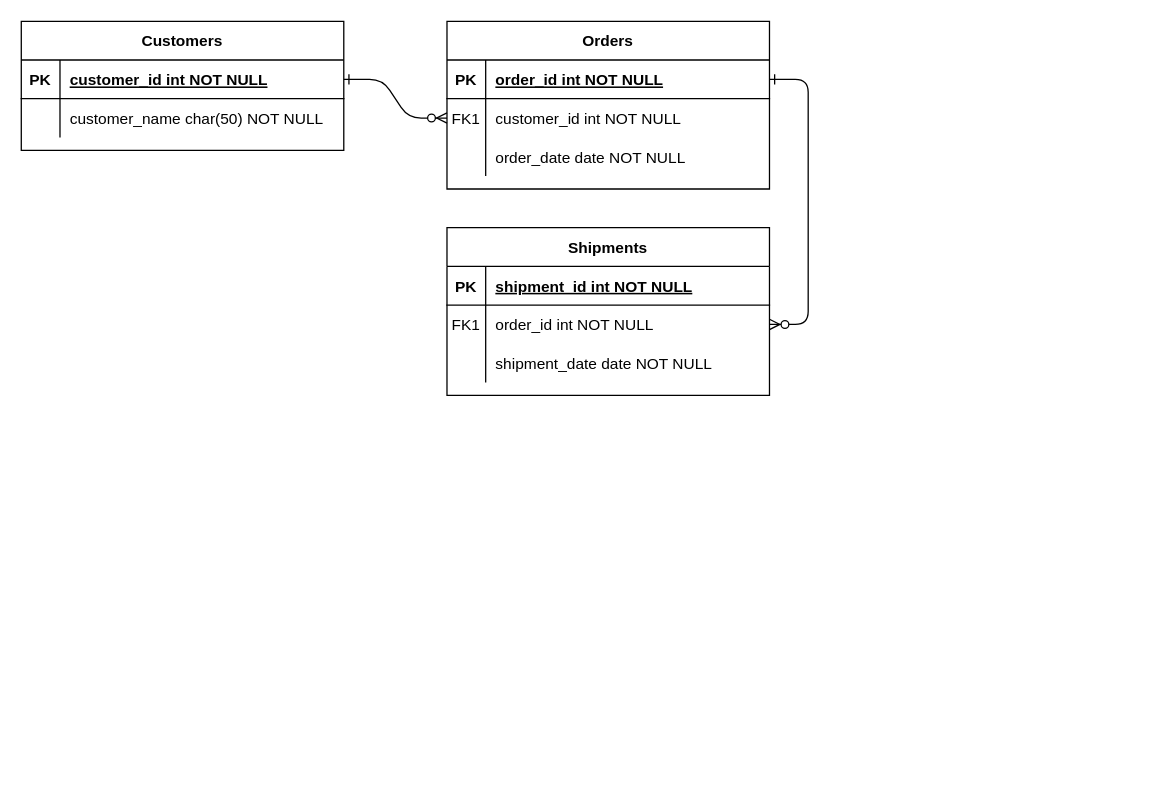
The draw.io diagram 网关结构ER.drawio in liangdengming/diagrams, before the edit. Source tidied: cells renumbered, new cells numbered last; positions are measured from the earlier drawing's top-left corner, leaving out a move shared by most shapes. Both pictures are drawn from the tidied source at 129%, with x=0, y=0 at pixel (21, 21).
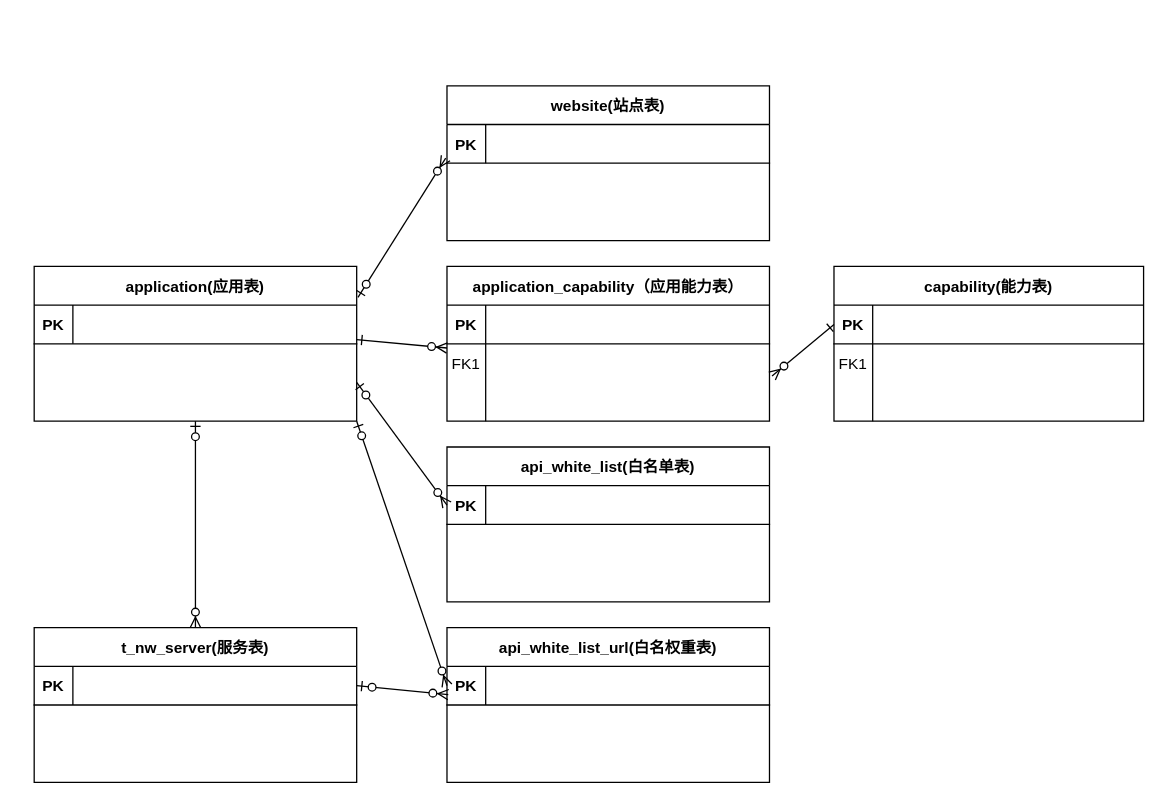
The same page after the edit.

Commit message:
更新网关结构ER.drawio

The change refers to these unchanged cells:
```xml
<mxCell id="5" style="shape=partialRectangle;fillColor=none;points=[[0,0.5],[1,0.5]];portConstraint=eastwest;top=0;left=0;right=0;bottom=1;" parent="4" vertex="1">
  <mxGeometry y="30" width="250" height="30" as="geometry" />
</mxCell>
<mxCell id="8" style="shape=partialRectangle;fillColor=none;points=[[0,0.5],[1,0.5]];portConstraint=eastwest;top=0;left=0;right=0;bottom=0;" parent="4" vertex="1">
  <mxGeometry y="60" width="250" height="30" as="geometry" />
</mxCell>
<mxCell id="11" style="shape=partialRectangle;fillColor=none;top=0;left=0;right=0;bottom=0;" parent="4" vertex="1">
  <mxGeometry y="90" width="250" height="30" as="geometry" />
</mxCell>
<mxCell id="25" style="shape=partialRectangle;fillColor=none;points=[[0,0.5],[1,0.5]];portConstraint=eastwest;top=0;left=0;right=0;bottom=1;" parent="24" vertex="1">
  <mxGeometry y="30" width="250" height="30" as="geometry" />
</mxCell>
```

What changed in the source:
```diff
@@
-    <mxCell id="2" style="edgeStyle=entityRelationEdgeStyle;endArrow=ERzeroToMany;startArrow=ERone;endFill=1;startFill=0;" parent="1" edge="1" source="25" target="8">
+    <mxCell id="2" style="endArrow=ERzeroToMany;startArrow=ERone;endFill=1;startFill=0;" parent="1" edge="1" source="25" target="8">
       <mxGeometry relative="1" as="geometry" />
     </mxCell>
-    <mxCell id="3" style="edgeStyle=entityRelationEdgeStyle;endArrow=ERzeroToMany;startArrow=ERone;endFill=1;startFill=0;" parent="1" edge="1" source="5" target="18">
-      <mxGeometry relative="1" as="geometry" />
-    </mxCell>
-    <mxCell id="4" value="Orders" style="shape=table;startSize=30;childLayout=tableLayout;rowLines=0;fontStyle=1;align=center;" parent="1" vertex="1">
-      <mxGeometry x="330" width="250" height="130" as="geometry" />
+    <mxCell id="4" value="application_capability（应用能力表）" style="shape=table;startSize=30;childLayout=tableLayout;rowLines=0;fontStyle=1;align=center;" parent="1" vertex="1">
+      <mxGeometry x="330" y="190" width="250" height="120" as="geometry" />
     </mxCell>
@@
-    <mxCell id="7" value="order_id int NOT NULL " style="shape=partialRectangle;overflow=hidden;fillColor=none;top=0;left=0;bottom=0;right=0;align=left;spacingLeft=6;fontStyle=5;" parent="5" vertex="1">
+    <mxCell id="7" style="shape=partialRectangle;overflow=hidden;fillColor=none;top=0;left=0;bottom=0;right=0;align=left;spacingLeft=6;fontStyle=5;" parent="5" vertex="1">
       <mxGeometry x="30" width="220" height="30" as="geometry" />
     </mxCell>
@@
-    <mxCell id="10" value="customer_id int NOT NULL" style="shape=partialRectangle;overflow=hidden;fillColor=none;top=0;left=0;bottom=0;right=0;align=left;spacingLeft=6;" parent="8" vertex="1">
+    <mxCell id="10" style="shape=partialRectangle;overflow=hidden;fillColor=none;top=0;left=0;bottom=0;right=0;align=left;spacingLeft=6;" parent="8" vertex="1">
       <mxGeometry x="30" width="220" height="30" as="geometry" />
     </mxCell>
@@
-    <mxCell id="13" value="order_date date NOT NULL" style="shape=partialRectangle;overflow=hidden;fillColor=none;top=0;left=0;bottom=0;right=0;align=left;spacingLeft=6;" parent="11" vertex="1">
+    <mxCell id="13" style="shape=partialRectangle;overflow=hidden;fillColor=none;top=0;left=0;bottom=0;right=0;align=left;spacingLeft=6;" parent="11" vertex="1">
       <mxGeometry x="30" width="220" height="30" as="geometry" />
     </mxCell>
-    <mxCell id="14" value="Shipments" style="shape=table;startSize=30;childLayout=tableLayout;rowLines=0;fontStyle=1;align=center;" parent="1" vertex="1">
-      <mxGeometry x="330" y="160" width="250" height="130" as="geometry" />
+    <mxCell id="14" value="capability(能力表)" style="shape=table;startSize=30;childLayout=tableLayout;rowLines=0;fontStyle=1;align=center;" parent="1" vertex="1">
+      <mxGeometry x="630" y="190" width="240" height="120" as="geometry" />
     </mxCell>
     <mxCell id="15" style="shape=partialRectangle;fillColor=none;points=[[0,0.5],[1,0.5]];portConstraint=eastwest;top=0;left=0;right=0;bottom=1;" parent="14" vertex="1">
-      <mxGeometry y="30" width="250" height="30" as="geometry" />
+      <mxGeometry y="30" width="240" height="30" as="geometry" />
     </mxCell>
@@
-    <mxCell id="17" value="shipment_id int NOT NULL " style="shape=partialRectangle;overflow=hidden;fillColor=none;top=0;left=0;bottom=0;right=0;align=left;spacingLeft=6;fontStyle=5;" parent="15" vertex="1">
-      <mxGeometry x="30" width="220" height="30" as="geometry" />
+    <mxCell id="17" style="shape=partialRectangle;overflow=hidden;fillColor=none;top=0;left=0;bottom=0;right=0;align=left;spacingLeft=6;fontStyle=5;" parent="15" vertex="1">
+      <mxGeometry x="30" width="210" height="30" as="geometry" />
     </mxCell>
     <mxCell id="18" style="shape=partialRectangle;fillColor=none;points=[[0,0.5],[1,0.5]];portConstraint=eastwest;top=0;left=0;right=0;bottom=0;" parent="14" vertex="1">
-      <mxGeometry y="60" width="250" height="30" as="geometry" />
+      <mxGeometry y="60" width="240" height="30" as="geometry" />
     </mxCell>
@@
-    <mxCell id="20" value="order_id int NOT NULL" style="shape=partialRectangle;overflow=hidden;fillColor=none;top=0;left=0;bottom=0;right=0;align=left;spacingLeft=6;" parent="18" vertex="1">
-      <mxGeometry x="30" width="220" height="30" as="geometry" />
+    <mxCell id="20" style="shape=partialRectangle;overflow=hidden;fillColor=none;top=0;left=0;bottom=0;right=0;align=left;spacingLeft=6;" parent="18" vertex="1">
+      <mxGeometry x="30" width="210" height="30" as="geometry" />
     </mxCell>
     <mxCell id="21" style="shape=partialRectangle;fillColor=none;top=0;left=0;right=0;bottom=0;" parent="14" vertex="1">
-      <mxGeometry y="90" width="250" height="30" as="geometry" />
+      <mxGeometry y="90" width="240" height="30" as="geometry" />
     </mxCell>
@@
-    <mxCell id="23" value="shipment_date date NOT NULL" style="shape=partialRectangle;overflow=hidden;fillColor=none;top=0;left=0;bottom=0;right=0;align=left;spacingLeft=6;" parent="21" vertex="1">
-      <mxGeometry x="30" width="220" height="30" as="geometry" />
+    <mxCell id="23" style="shape=partialRectangle;overflow=hidden;fillColor=none;top=0;left=0;bottom=0;right=0;align=left;spacingLeft=6;" parent="21" vertex="1">
+      <mxGeometry x="30" width="210" height="30" as="geometry" />
     </mxCell>
-    <mxCell id="24" value="Customers" style="shape=table;startSize=30;childLayout=tableLayout;rowLines=0;fontStyle=1;align=center;" parent="1" vertex="1">
-      <mxGeometry width="250" height="100" as="geometry" />
+    <mxCell id="24" value="application(应用表)" style="shape=table;startSize=30;childLayout=tableLayout;rowLines=0;fontStyle=1;align=center;" parent="1" vertex="1">
+      <mxGeometry x="10" y="190" width="250" height="120" as="geometry" />
     </mxCell>
@@
-    <mxCell id="27" value="customer_id int NOT NULL " style="shape=partialRectangle;overflow=hidden;fillColor=none;top=0;left=0;bottom=0;right=0;align=left;spacingLeft=6;fontStyle=5;" parent="25" vertex="1">
+    <mxCell id="27" style="shape=partialRectangle;overflow=hidden;fillColor=none;top=0;left=0;bottom=0;right=0;align=left;spacingLeft=6;fontStyle=5;" parent="25" vertex="1">
       <mxGeometry x="30" width="220" height="30" as="geometry" />
     </mxCell>
-    <mxCell id="28" style="shape=partialRectangle;fillColor=none;top=0;left=0;right=0;bottom=0;" parent="24" vertex="1">
-      <mxGeometry y="60" width="250" height="30" as="geometry" />
-    </mxCell>
-    <mxCell id="29" style="shape=partialRectangle;overflow=hidden;fillColor=none;top=0;left=0;bottom=0;right=0;" parent="28" vertex="1">
-      <mxGeometry width="30" height="30" as="geometry" />
-    </mxCell>
-    <mxCell id="30" value="customer_name char(50) NOT NULL" style="shape=partialRectangle;overflow=hidden;fillColor=none;top=0;left=0;bottom=0;right=0;align=left;spacingLeft=6;" parent="28" vertex="1">
-      <mxGeometry x="30" width="220" height="30" as="geometry" />
-    </mxCell>
+    <mxCell id="3" style="endArrow=ERzeroToMany;startArrow=ERone;endFill=1;startFill=0;entryX=1.008;entryY=0.833;entryDx=0;entryDy=0;entryPerimeter=0;exitX=0;exitY=0.5;exitDx=0;exitDy=0;" parent="1" edge="1" source="15" target="8">
+      <mxGeometry relative="1" as="geometry" />
+    </mxCell>
+    <mxCell id="31" value="t_nw_server(服务表)" style="shape=table;startSize=30;childLayout=tableLayout;rowLines=0;fontStyle=1;align=center;" parent="1" vertex="1">
+      <mxGeometry x="10" y="470" width="250" height="120" as="geometry" />
+    </mxCell>
+    <mxCell id="32" style="shape=partialRectangle;fillColor=none;points=[[0,0.5],[1,0.5]];portConstraint=eastwest;top=0;left=0;right=0;bottom=1;" parent="31" vertex="1">
+      <mxGeometry y="30" width="250" height="30" as="geometry" />
+    </mxCell>
+    <mxCell id="33" value="PK" style="shape=partialRectangle;overflow=hidden;fillColor=none;top=0;left=0;bottom=0;right=0;fontStyle=1;" parent="32" vertex="1">
+      <mxGeometry width="30" height="30" as="geometry" />
+    </mxCell>
+    <mxCell id="34" style="shape=partialRectangle;overflow=hidden;fillColor=none;top=0;left=0;bottom=0;right=0;align=left;spacingLeft=6;fontStyle=5;" parent="32" vertex="1">
+      <mxGeometry x="30" width="220" height="30" as="geometry" />
+    </mxCell>
+    <mxCell id="35" value="website(站点表)" style="shape=table;startSize=30;childLayout=tableLayout;rowLines=0;fontStyle=1;align=center;" parent="1" vertex="1">
+      <mxGeometry x="330" y="50" width="250" height="120" as="geometry" />
+    </mxCell>
+    <mxCell id="36" style="shape=partialRectangle;fillColor=none;points=[[0,0.5],[1,0.5]];portConstraint=eastwest;top=0;left=0;right=0;bottom=1;" parent="35" vertex="1">
+      <mxGeometry y="30" width="250" height="30" as="geometry" />
+    </mxCell>
+    <mxCell id="37" value="PK" style="shape=partialRectangle;overflow=hidden;fillColor=none;top=0;left=0;bottom=0;right=0;fontStyle=1;" parent="36" vertex="1">
+      <mxGeometry width="30" height="30" as="geometry" />
+    </mxCell>
+    <mxCell id="38" style="shape=partialRectangle;overflow=hidden;fillColor=none;top=0;left=0;bottom=0;right=0;align=left;spacingLeft=6;fontStyle=5;" parent="36" vertex="1">
+      <mxGeometry x="30" width="220" height="30" as="geometry" />
+    </mxCell>
+    <mxCell id="39" style="fontSize=12;html=1;endArrow=ERzeroToMany;startArrow=ERzeroToOne;rounded=0;exitX=1.004;exitY=0.2;exitDx=0;exitDy=0;entryX=-0.004;entryY=0.867;entryDx=0;entryDy=0;exitPerimeter=0;entryPerimeter=0;" parent="1" edge="1" source="24" target="36">
+      <mxGeometry relative="1" as="geometry" />
+    </mxCell>
+    <mxCell id="40" value="api_white_list(白名单表)" style="shape=table;startSize=30;childLayout=tableLayout;rowLines=0;fontStyle=1;align=center;" parent="1" vertex="1">
+      <mxGeometry x="330" y="330" width="250" height="120" as="geometry" />
+    </mxCell>
+    <mxCell id="41" style="shape=partialRectangle;fillColor=none;points=[[0,0.5],[1,0.5]];portConstraint=eastwest;top=0;left=0;right=0;bottom=1;" parent="40" vertex="1">
+      <mxGeometry y="30" width="250" height="30" as="geometry" />
+    </mxCell>
+    <mxCell id="42" value="PK" style="shape=partialRectangle;overflow=hidden;fillColor=none;top=0;left=0;bottom=0;right=0;fontStyle=1;" parent="41" vertex="1">
+      <mxGeometry width="30" height="30" as="geometry" />
+    </mxCell>
+    <mxCell id="43" style="shape=partialRectangle;overflow=hidden;fillColor=none;top=0;left=0;bottom=0;right=0;align=left;spacingLeft=6;fontStyle=5;" parent="41" vertex="1">
+      <mxGeometry x="30" width="220" height="30" as="geometry" />
+    </mxCell>
+    <mxCell id="44" value="api_white_list_url(白名权重表)" style="shape=table;startSize=30;childLayout=tableLayout;rowLines=0;fontStyle=1;align=center;" parent="1" vertex="1">
+      <mxGeometry x="330" y="470" width="250" height="120" as="geometry" />
+    </mxCell>
+    <mxCell id="45" style="shape=partialRectangle;fillColor=none;points=[[0,0.5],[1,0.5]];portConstraint=eastwest;top=0;left=0;right=0;bottom=1;" parent="44" vertex="1">
+      <mxGeometry y="30" width="250" height="30" as="geometry" />
+    </mxCell>
+    <mxCell id="46" value="PK" style="shape=partialRectangle;overflow=hidden;fillColor=none;top=0;left=0;bottom=0;right=0;fontStyle=1;" parent="45" vertex="1">
+      <mxGeometry width="30" height="30" as="geometry" />
+    </mxCell>
+    <mxCell id="47" style="shape=partialRectangle;overflow=hidden;fillColor=none;top=0;left=0;bottom=0;right=0;align=left;spacingLeft=6;fontStyle=5;" parent="45" vertex="1">
+      <mxGeometry x="30" width="220" height="30" as="geometry" />
+    </mxCell>
+    <mxCell id="48" style="fontSize=12;html=1;endArrow=ERzeroToMany;startArrow=ERzeroToOne;rounded=0;exitX=1;exitY=0.75;exitDx=0;exitDy=0;entryX=0;entryY=0.5;entryDx=0;entryDy=0;" parent="1" edge="1" source="24" target="41">
+      <mxGeometry relative="1" as="geometry" />
+    </mxCell>
+    <mxCell id="49" style="fontSize=12;html=1;endArrow=ERzeroToMany;startArrow=ERzeroToOne;rounded=0;entryX=0.5;entryY=0;entryDx=0;entryDy=0;exitX=0.5;exitY=1;exitDx=0;exitDy=0;" parent="1" edge="1" source="24" target="31">
+      <mxGeometry relative="1" as="geometry" />
+    </mxCell>
+    <mxCell id="50" style="fontSize=12;html=1;endArrow=ERzeroToMany;startArrow=ERzeroToOne;rounded=0;exitX=1;exitY=1;exitDx=0;exitDy=0;entryX=0;entryY=0.5;entryDx=0;entryDy=0;" parent="1" edge="1" source="24" target="45">
+      <mxGeometry relative="1" as="geometry" />
+    </mxCell>
+    <mxCell id="51" style="fontSize=12;html=1;endArrow=ERzeroToMany;startArrow=ERzeroToOne;rounded=0;entryX=0.004;entryY=0.733;entryDx=0;entryDy=0;exitX=1;exitY=0.5;exitDx=0;exitDy=0;entryPerimeter=0;" parent="1" edge="1" source="32" target="45">
+      <mxGeometry relative="1" as="geometry" />
+    </mxCell>
```
